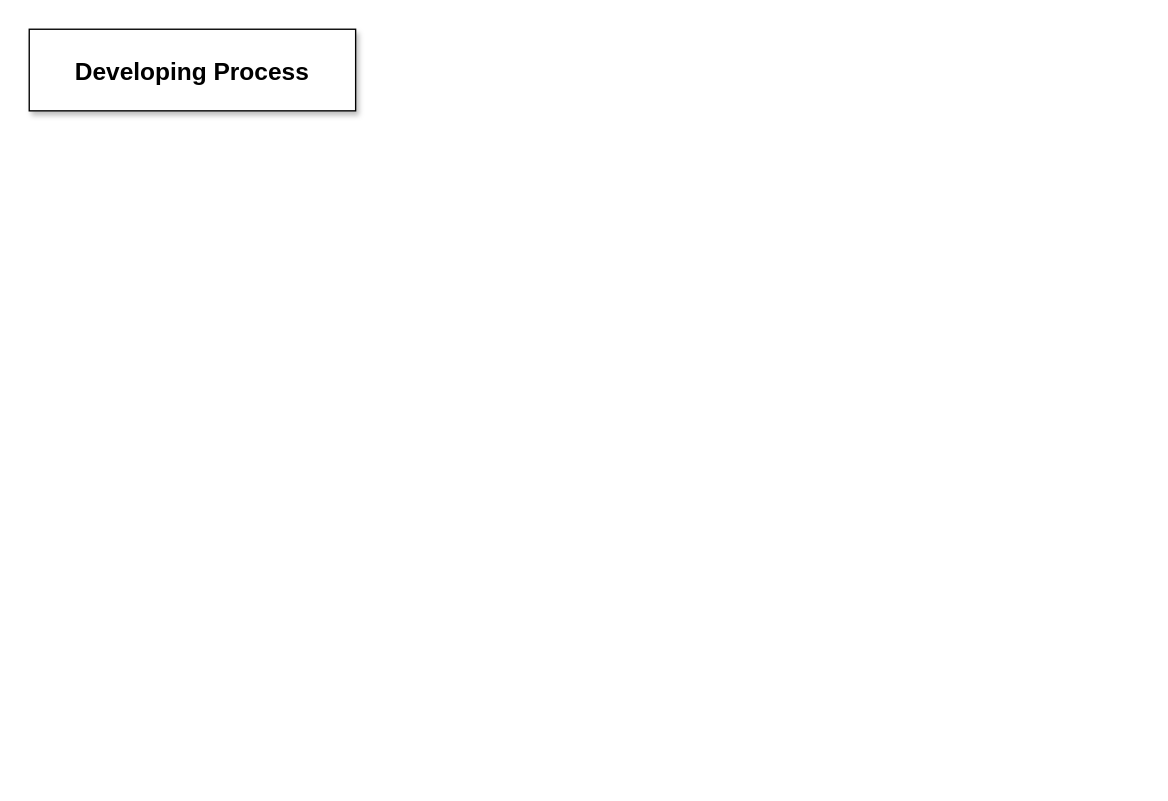
Above: page "Next" (3 of 3) of PNIXEventProcess.drawio in huunhan312/CodeDiagram (draw.io), before the change. Source tidied: cells renumbered, new cells numbered last; positions are measured from the earlier drawing's top-left corner, leaving out a move shared by most shapes. Both pictures are drawn from the tidied source at 136%, with x=0, y=0 at pixel (29, 29).
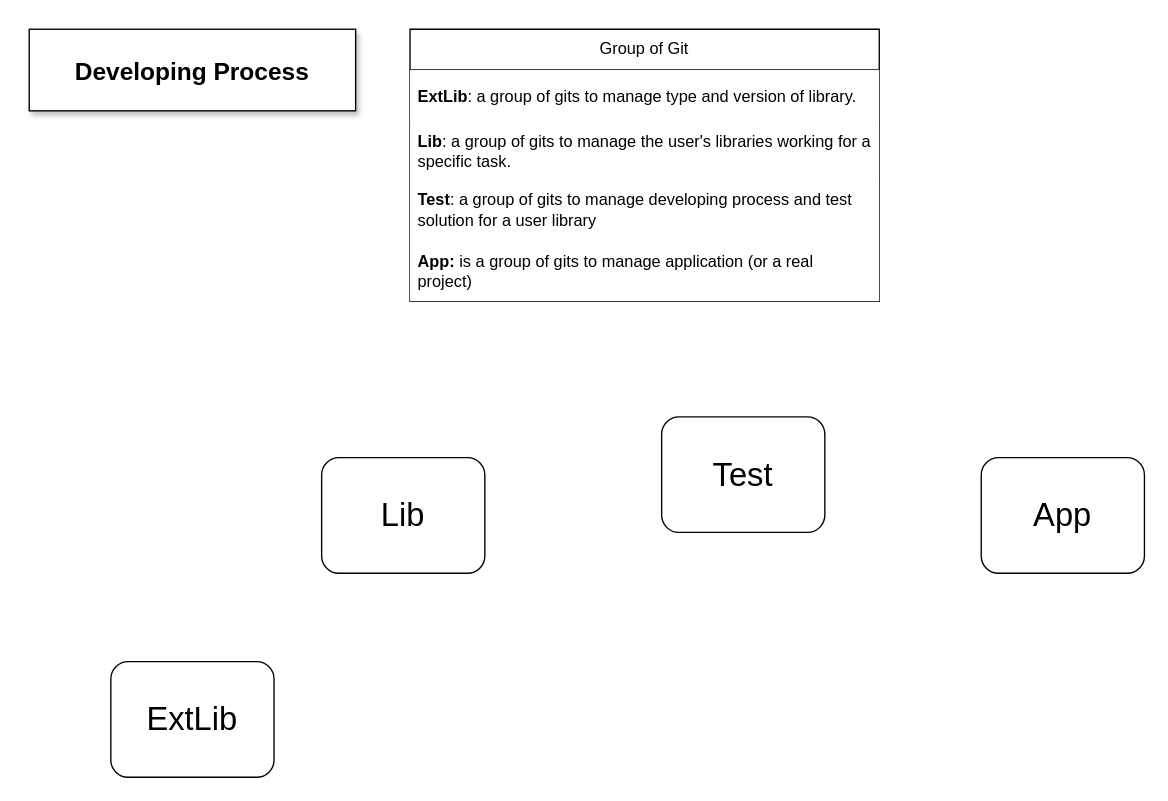
Above is the later version.

The edit, as a diff of the source:
```diff
@@
 <mxGraphModel>
   <root>
     <mxCell id="0" />
     <mxCell id="1" parent="0" />
     <mxCell id="2" value="&lt;h1 style=&quot;&quot;&gt;&lt;span style=&quot;background-color: transparent; color: light-dark(rgb(0, 0, 0), rgb(255, 255, 255));&quot;&gt;&lt;font style=&quot;font-size: 18px;&quot;&gt;Developing Process&lt;/font&gt;&lt;/span&gt;&lt;/h1&gt;" style="rounded=0;whiteSpace=wrap;html=1;shadow=1;align=center;" parent="1" vertex="1">
       <mxGeometry width="240" height="60" as="geometry" />
     </mxCell>
+    <mxCell id="3" value="Group of Git" style="swimlane;fontStyle=0;horizontal=1;startSize=30;whiteSpace=wrap;html=1;" parent="1" vertex="1">
+      <mxGeometry x="280" width="345" height="200" as="geometry" />
+    </mxCell>
+    <mxCell id="4" value="&lt;b&gt;ExtLib&lt;/b&gt;: a group of gits to manage type and version of library." style="text;strokeColor=none;fillColor=default;align=left;verticalAlign=middle;spacingLeft=4;spacingRight=4;overflow=hidden;whiteSpace=wrap;html=1;" parent="3" vertex="1">
+      <mxGeometry y="30" width="345" height="40" as="geometry" />
+    </mxCell>
+    <mxCell id="5" value="&lt;b&gt;Lib&lt;/b&gt;: a group of gits to manage the user's libraries working for a specific task." style="text;strokeColor=none;fillColor=default;align=left;verticalAlign=middle;spacingLeft=4;spacingRight=4;overflow=hidden;whiteSpace=wrap;html=1;" parent="3" vertex="1">
+      <mxGeometry y="70" width="345" height="40" as="geometry" />
+    </mxCell>
+    <mxCell id="6" value="&lt;b&gt;Test&lt;/b&gt;: a group of gits to manage developing process and test solution for a user library" style="text;strokeColor=none;fillColor=default;align=left;verticalAlign=middle;spacingLeft=4;spacingRight=4;overflow=hidden;whiteSpace=wrap;html=1;" parent="3" vertex="1">
+      <mxGeometry y="110" width="345" height="45" as="geometry" />
+    </mxCell>
+    <mxCell id="7" value="&lt;b&gt;App: &lt;/b&gt;is a group of gits to manage application (or a real project)&amp;nbsp;" style="text;strokeColor=none;fillColor=default;align=left;verticalAlign=middle;spacingLeft=4;spacingRight=4;overflow=hidden;whiteSpace=wrap;html=1;" parent="3" vertex="1">
+      <mxGeometry y="155" width="345" height="45" as="geometry" />
+    </mxCell>
+    <mxCell id="8" value="&lt;span style=&quot;font-size: 24px;&quot;&gt;ExtLib&lt;/span&gt;" style="rounded=1;whiteSpace=wrap;html=1;" parent="1" vertex="1">
+      <mxGeometry x="60" y="465" width="120" height="85" as="geometry" />
+    </mxCell>
+    <mxCell id="9" value="&lt;span style=&quot;font-size: 24px;&quot;&gt;Lib&lt;/span&gt;" style="rounded=1;whiteSpace=wrap;html=1;" parent="1" vertex="1">
+      <mxGeometry x="215" y="315" width="120" height="85" as="geometry" />
+    </mxCell>
+    <mxCell id="10" value="&lt;span style=&quot;font-size: 24px;&quot;&gt;Test&lt;/span&gt;" style="rounded=1;whiteSpace=wrap;html=1;" parent="1" vertex="1">
+      <mxGeometry x="465" y="285" width="120" height="85" as="geometry" />
+    </mxCell>
+    <mxCell id="11" value="&lt;span style=&quot;font-size: 24px;&quot;&gt;App&lt;/span&gt;" style="rounded=1;whiteSpace=wrap;html=1;" parent="1" vertex="1">
+      <mxGeometry x="700" y="315" width="120" height="85" as="geometry" />
+    </mxCell>
   </root>
 </mxGraphModel>
```
